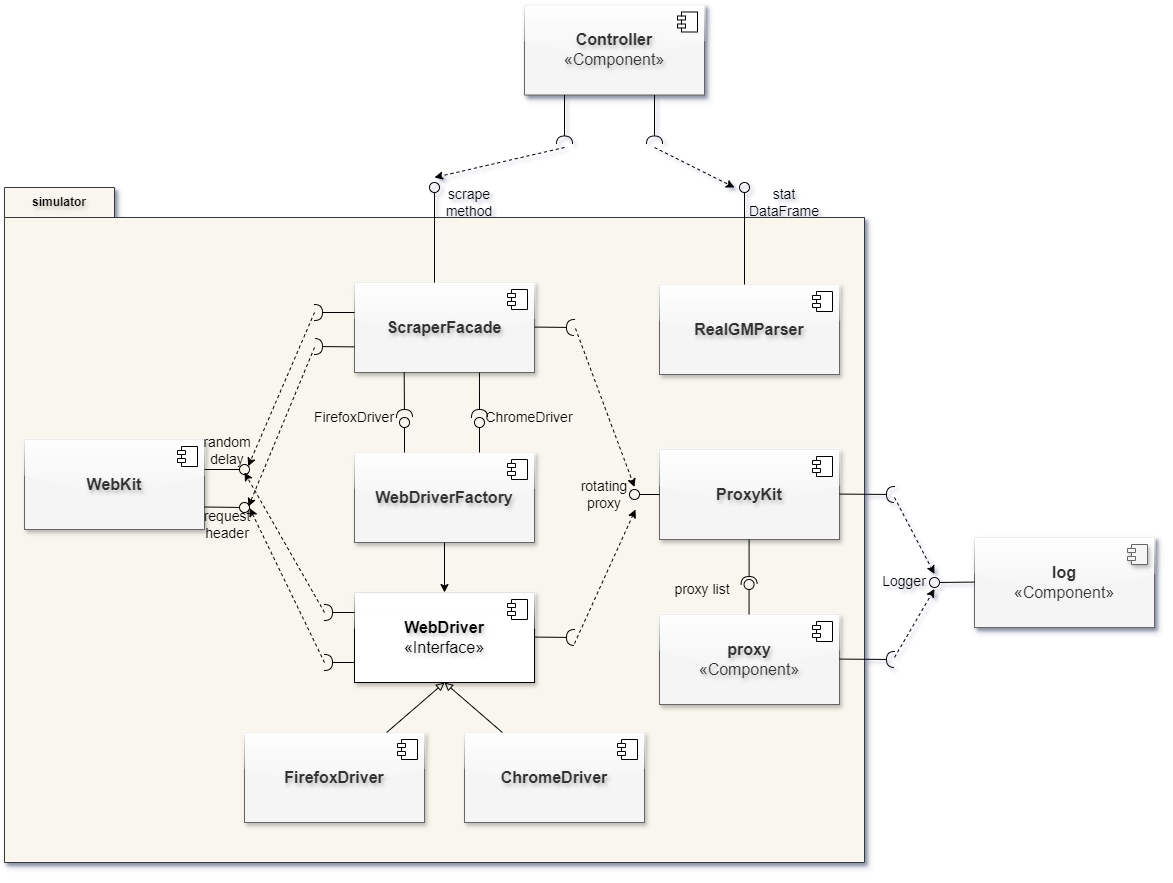
Above: img/component/component_webscraper.png in lesheidrich/Thesis (draw.io), before the change. Source tidied: cells renumbered, new cells last; positions are measured from the earlier drawing's top-left corner, leaving out a move shared by most shapes.
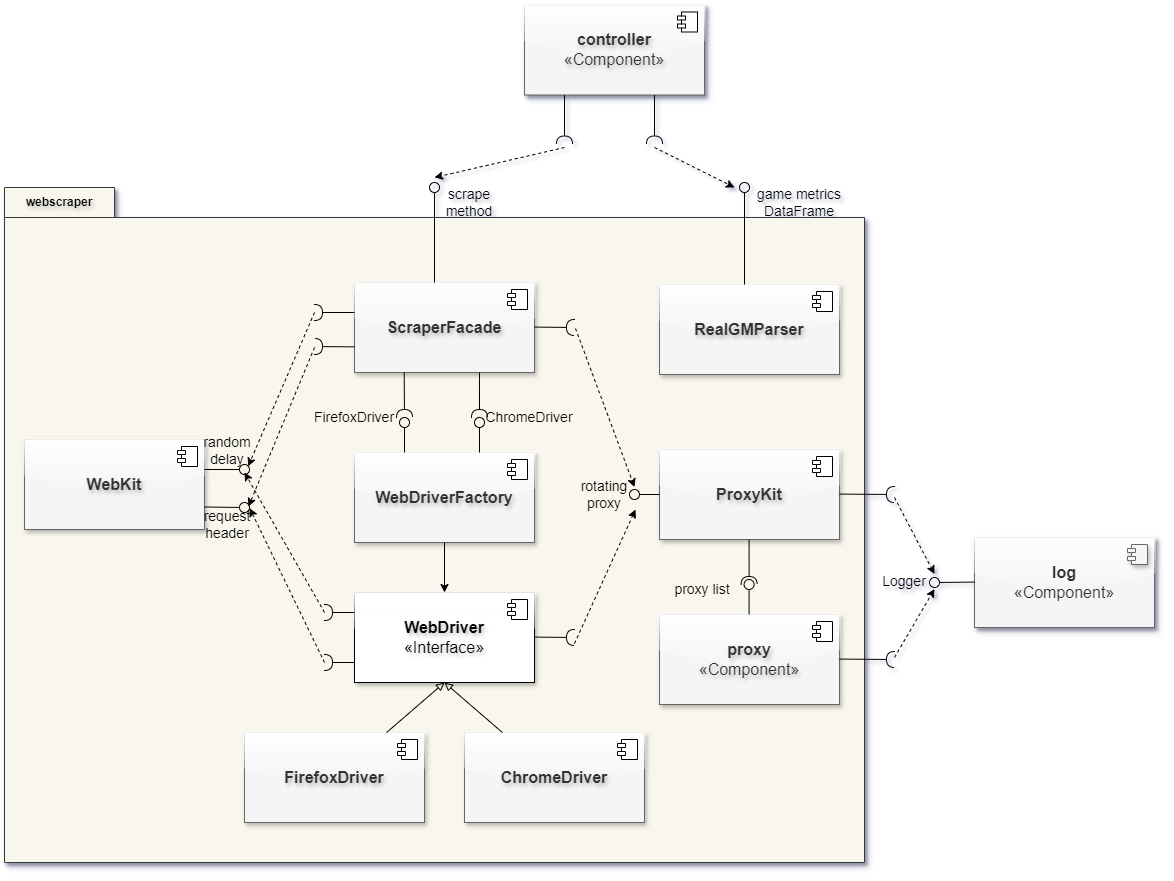
After the change.

Diff of the diagram source:
```diff
@@ -10,7 +10,7 @@
         <mxPoint x="-27" y="7" as="offset" />
       </mxGeometry>
     </mxCell>
-    <mxCell id="4" value="simulator" style="shape=folder;fontStyle=1;tabWidth=110;tabHeight=30;tabPosition=left;html=1;boundedLbl=1;labelInHeader=1;whiteSpace=wrap;shadow=1;textShadow=1;fillColor=#f9f7ed;strokeColor=#36393d;" parent="1" vertex="1">
+    <mxCell id="4" value="webscraper" style="shape=folder;fontStyle=1;tabWidth=110;tabHeight=30;tabPosition=left;html=1;boundedLbl=1;labelInHeader=1;whiteSpace=wrap;shadow=1;textShadow=1;fillColor=#f9f7ed;strokeColor=#36393d;" parent="1" vertex="1">
       <mxGeometry y="183" width="860" height="675" as="geometry" />
     </mxCell>
     <mxCell id="5" style="html=1;strokeColor=none;fillColor=none;whiteSpace=wrap;" parent="4" vertex="1">
@@ -255,8 +255,8 @@
         <mxPoint x="740" as="targetPoint" />
       </mxGeometry>
     </mxCell>
-    <mxCell id="59" value="stat DataFrame" style="text;html=1;align=center;verticalAlign=middle;whiteSpace=wrap;rounded=0;fontSize=14;" parent="4" vertex="1">
-      <mxGeometry x="750" width="60" height="30" as="geometry" />
+    <mxCell id="59" value="game metrics DataFrame" style="text;html=1;align=center;verticalAlign=middle;whiteSpace=wrap;rounded=0;fontSize=14;" parent="4" vertex="1">
+      <mxGeometry x="750" width="90" height="30" as="geometry" />
     </mxCell>
     <mxCell id="60" style="rounded=0;orthogonalLoop=1;jettySize=auto;html=1;endArrow=halfCircle;endFill=0;endSize=6;strokeWidth=1;sketch=0;" parent="4" edge="1">
       <mxGeometry relative="1" as="geometry">
@@ -270,7 +270,7 @@
         <mxPoint x="890" y="472" as="targetPoint" />
       </mxGeometry>
     </mxCell>
-    <mxCell id="62" value="&lt;div style=&quot;font-size: 16px;&quot;&gt;&lt;b style=&quot;background-color: initial; font-size: 16px;&quot;&gt;Controller&lt;/b&gt;&lt;br style=&quot;font-size: 16px;&quot;&gt;&lt;/div&gt;«Component»" style="html=1;whiteSpace=wrap;fontSize=16;fillColor=#f5f5f5;fontColor=#333333;strokeColor=#666666;glass=1;shadow=1;textShadow=1;" parent="1" vertex="1">
+    <mxCell id="62" value="&lt;div style=&quot;font-size: 16px;&quot;&gt;&lt;b style=&quot;background-color: initial; font-size: 16px;&quot;&gt;controller&lt;/b&gt;&lt;br style=&quot;font-size: 16px;&quot;&gt;&lt;/div&gt;«Component»" style="html=1;whiteSpace=wrap;fontSize=16;fillColor=#f5f5f5;fontColor=#333333;strokeColor=#666666;glass=1;shadow=1;textShadow=1;" parent="1" vertex="1">
       <mxGeometry x="520" y="0.5" width="180" height="90" as="geometry" />
     </mxCell>
     <mxCell id="63" style="shape=module;jettyWidth=8;jettyHeight=4;" parent="62" vertex="1">
```
